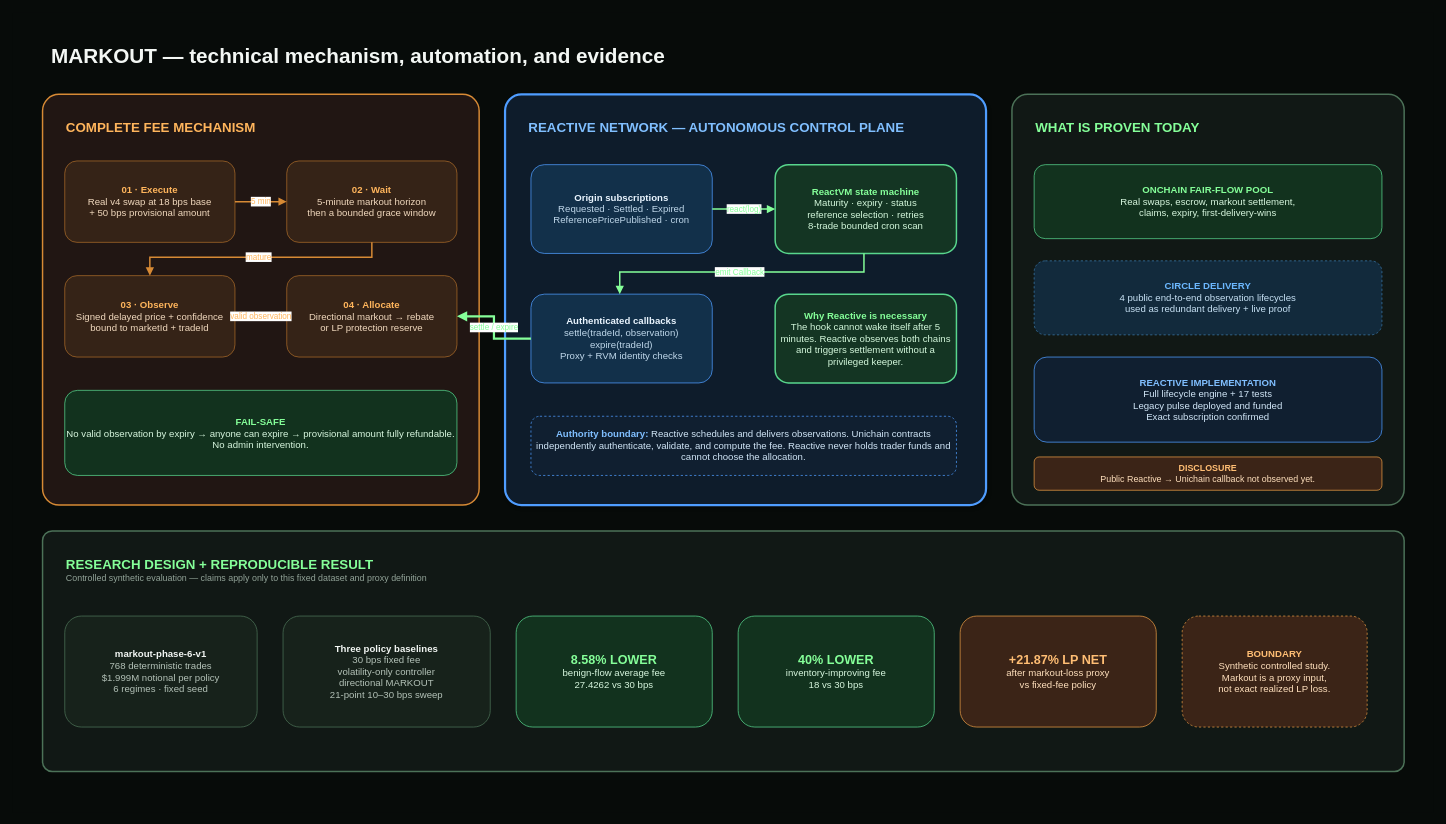
This is page "02 Technical + Evidence" (2 of 2) of docs/diagrams/MARKOUT_ARCHITECTURE.drawio from RudraBhaskar9439/markout-hook, a draw.io file, before an edit. Source tidied: cells renumbered, new cells numbered last; positions are measured from the earlier drawing's top-left corner, leaving out a move shared by most shapes. Both pictures are drawn from the tidied source at 74%, with x=0, y=0 at pixel (13, 13).
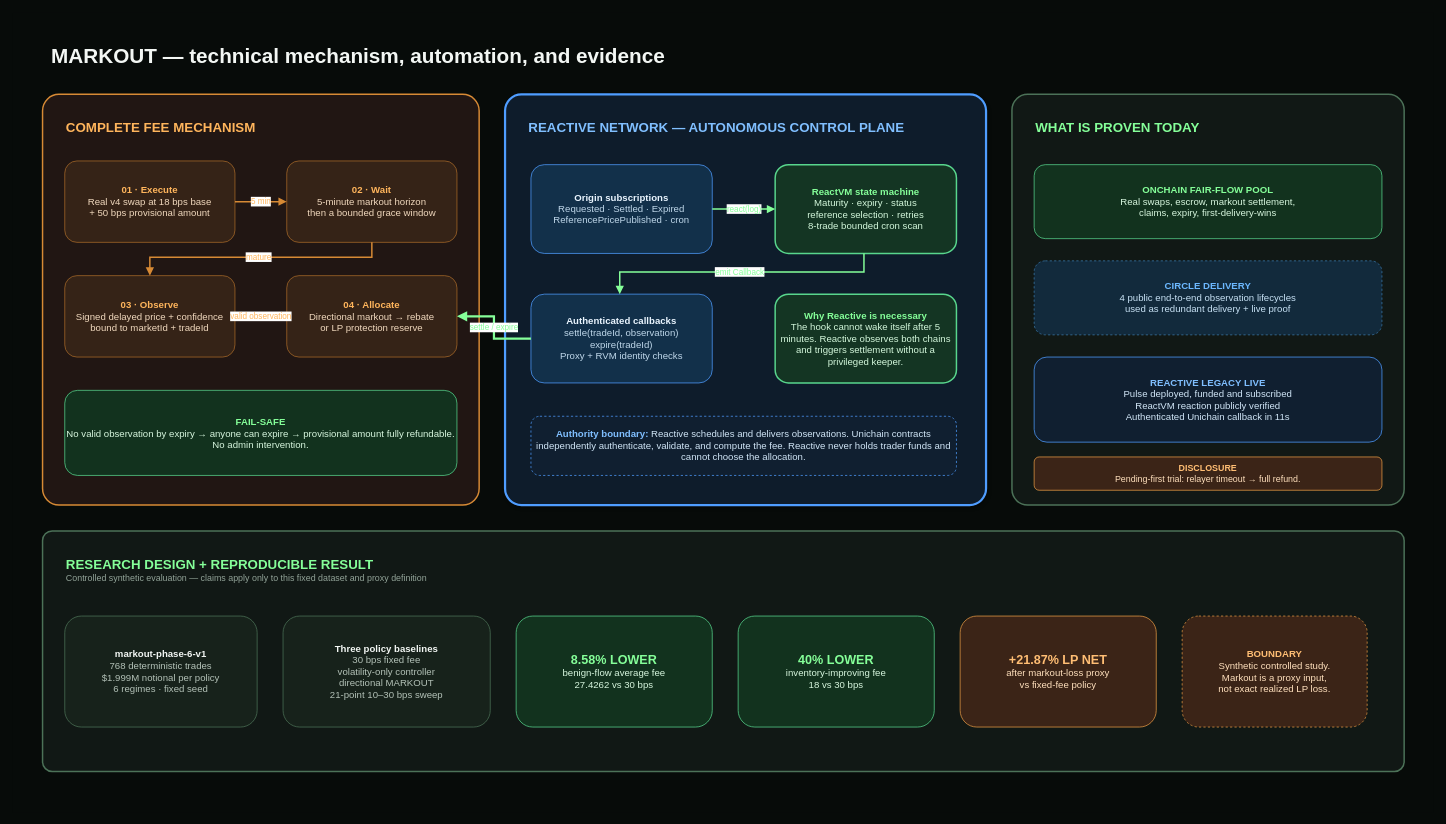
Above is the later version.

The edit, as a diff of the source:
```diff
@@
-    <mxCell id="23" value="&lt;font color=&quot;#80BFFF&quot;&gt;&lt;b&gt;REACTIVE IMPLEMENTATION&lt;/b&gt;&lt;/font&gt;&lt;br&gt;&lt;font color=&quot;#D1E6F7&quot;&gt;Full lifecycle engine + 17 tests&lt;br&gt;Legacy pulse deployed and funded&lt;br&gt;Exact subscription confirmed&lt;/font&gt;" style="rounded=1;whiteSpace=wrap;html=1;fillColor=#101F30;strokeColor=#4F9DFF;fontSize=13;align=center;" parent="2" vertex="1">
+    <mxCell id="23" value="&lt;font color=&quot;#80BFFF&quot;&gt;&lt;b&gt;REACTIVE LEGACY LIVE&lt;/b&gt;&lt;/font&gt;&lt;br&gt;&lt;font color=&quot;#D1E6F7&quot;&gt;Pulse deployed, funded and subscribed&lt;br&gt;ReactVM reaction publicly verified&lt;br&gt;Authenticated Unichain callback in 11s&lt;/font&gt;" style="rounded=1;whiteSpace=wrap;html=1;fillColor=#101F30;strokeColor=#4F9DFF;fontSize=13;align=center;" parent="2" vertex="1">
       <mxGeometry x="1380" y="465" width="470" height="115" as="geometry" />
     </mxCell>
-    <mxCell id="24" value="&lt;font color=&quot;#FFBE74&quot;&gt;&lt;b&gt;DISCLOSURE&lt;/b&gt;&lt;/font&gt;&lt;br&gt;&lt;font color=&quot;#FFE0BD&quot;&gt;Public Reactive → Unichain callback not observed yet.&lt;/font&gt;" style="rounded=1;whiteSpace=wrap;html=1;fillColor=#3B2417;strokeColor=#E79A45;fontSize=12;align=center;" parent="2" vertex="1">
+    <mxCell id="24" value="&lt;font color=&quot;#FFBE74&quot;&gt;&lt;b&gt;DISCLOSURE&lt;/b&gt;&lt;/font&gt;&lt;br&gt;&lt;font color=&quot;#FFE0BD&quot;&gt;Pending-first trial: relayer timeout → full refund.&lt;/font&gt;" style="rounded=1;whiteSpace=wrap;html=1;fillColor=#3B2417;strokeColor=#E79A45;fontSize=12;align=center;" parent="2" vertex="1">
       <mxGeometry x="1380" y="600" width="470" height="45" as="geometry" />
     </mxCell>
```
